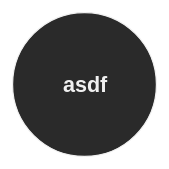
Above: Try Diagram.svg in Immortal-Sty/Obsidian-ceShi (draw.io), before the change. Source tidied: cells renumbered, new cells last; positions are measured from the earlier drawing's top-left corner, leaving out a move shared by most shapes. The source it was exported from:
```xml
<mxGraphModel>
  <root>
    <mxCell id="0" />
    <mxCell id="1" parent="0" />
    <mxCell id="2" value="&lt;font style=&quot;font-size: 18px&quot;&gt;&lt;b&gt;asdf&lt;/b&gt;&lt;/font&gt;" style="ellipse;whiteSpace=wrap;html=1;" parent="1" vertex="1">
      <mxGeometry width="120" height="120" as="geometry" />
    </mxCell>
  </root>
</mxGraphModel>
```
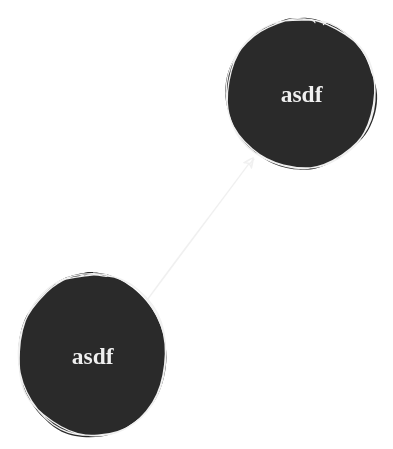
Later version of the same file.

Change to the diagram source:
```diff
@@ -2,8 +2,14 @@
   <root>
     <mxCell id="0" />
     <mxCell id="1" parent="0" />
+    <mxCell id="3" style="edgeStyle=none;html=1;exitX=1;exitY=0;exitDx=0;exitDy=0;" parent="1" edge="1" source="2" target="4">
+      <mxGeometry relative="1" as="geometry" />
+    </mxCell>
-    <mxCell id="2" value="&lt;font style=&quot;font-size: 18px&quot;&gt;&lt;b&gt;asdf&lt;/b&gt;&lt;/font&gt;" style="ellipse;whiteSpace=wrap;html=1;" parent="1" vertex="1">
+    <mxCell id="2" value="&lt;font style=&quot;font-size: 18px&quot; face=&quot;Comic Sans MS&quot;&gt;&lt;b&gt;asdf&lt;/b&gt;&lt;/font&gt;" style="ellipse;whiteSpace=wrap;html=1;" parent="1" vertex="1">
       <mxGeometry width="120" height="120" as="geometry" />
     </mxCell>
+    <mxCell id="4" value="&lt;font style=&quot;font-size: 18px&quot; face=&quot;Comic Sans MS&quot;&gt;&lt;b&gt;asdf&lt;/b&gt;&lt;/font&gt;" style="ellipse;whiteSpace=wrap;html=1;" parent="1" vertex="1">
+      <mxGeometry x="160" y="-200" width="120" height="120" as="geometry" />
+    </mxCell>
   </root>
 </mxGraphModel>
```
